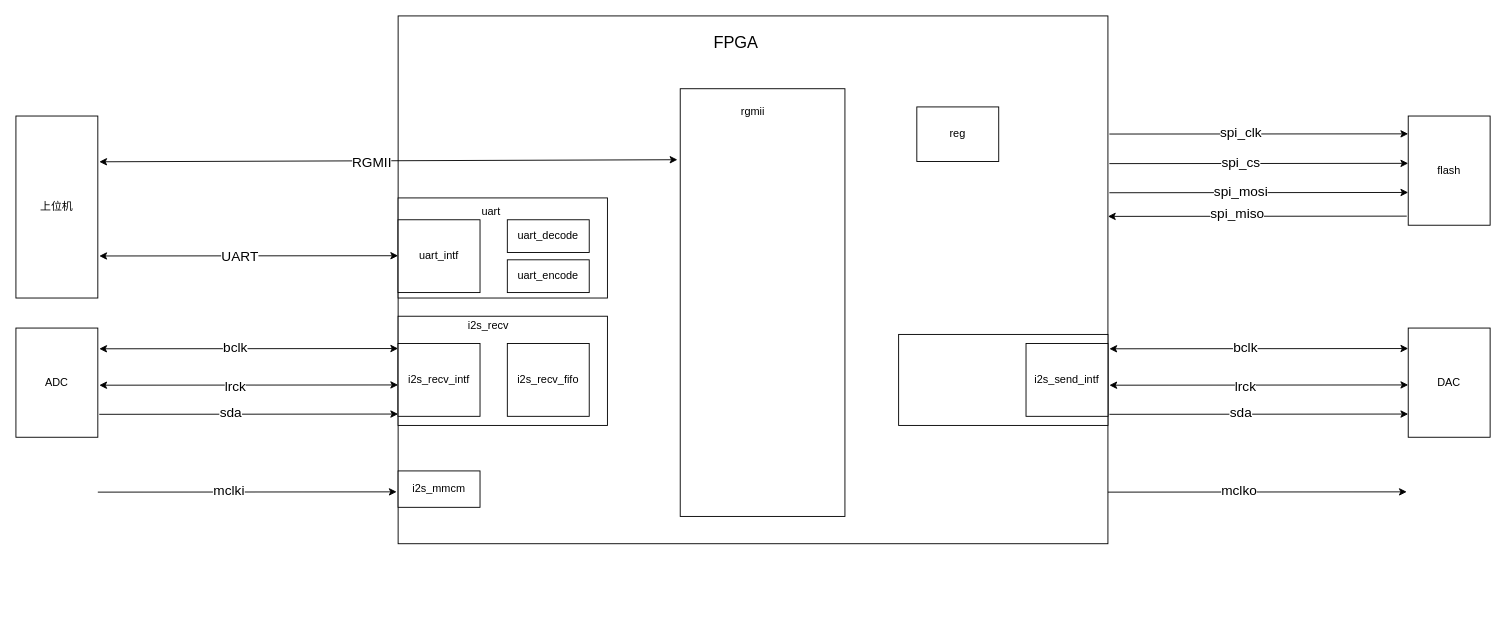
Earlier version of the draw.io diagram page "数据流" (5 of 5) of Audio-Ethernet.drawio (gdhzyz/draws). Source tidied: cells renumbered, new cells numbered last; positions are measured from the earlier drawing's top-left corner, leaving out a move shared by most shapes. Both pictures are drawn from the tidied source at 91%, with x=0, y=0 at pixel (15, 15).
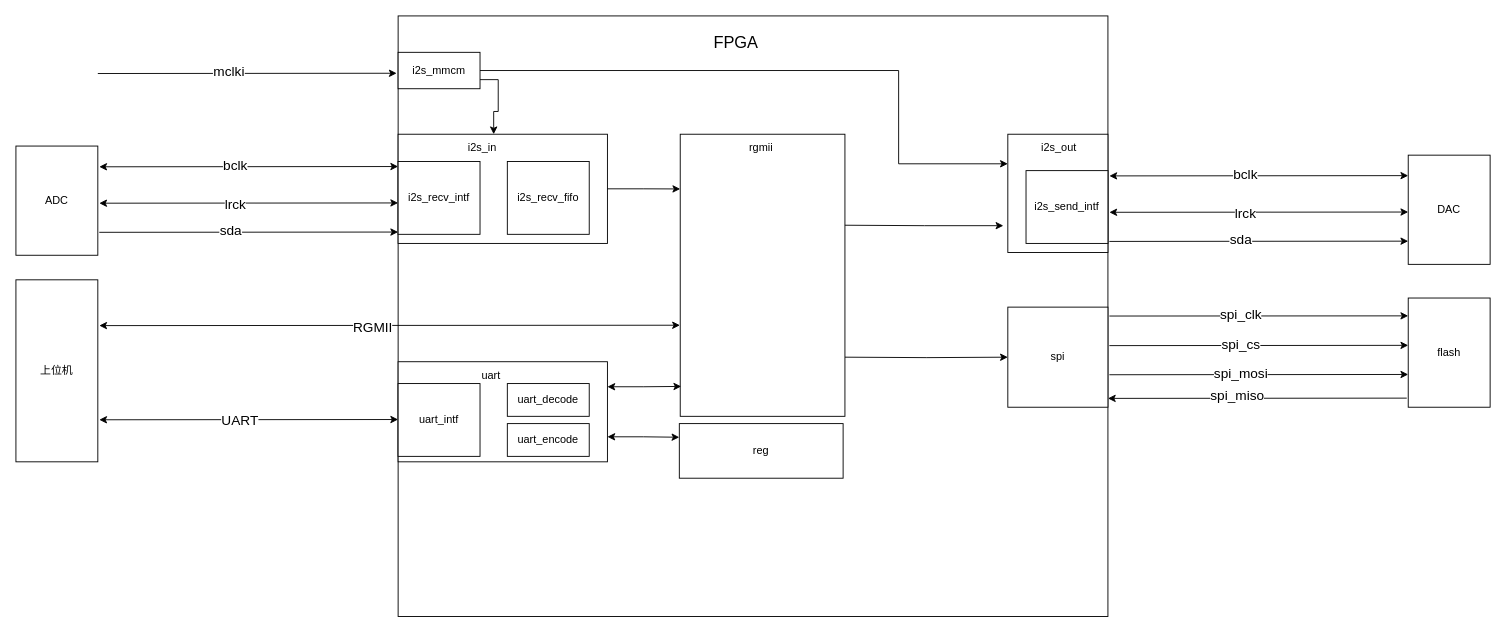
The same page after the edit.

The edit, as a diff of the source:
```diff
@@
     <mxCell id="2" value="上位机" style="rounded=0;whiteSpace=wrap;html=1;" parent="1" vertex="1">
-      <mxGeometry y="110" width="90" height="200" as="geometry" />
+      <mxGeometry y="290" width="90" height="200" as="geometry" />
     </mxCell>
     <mxCell id="3" style="rounded=0;whiteSpace=wrap;html=1;" parent="1" vertex="1">
-      <mxGeometry x="420" width="780" height="580" as="geometry" />
+      <mxGeometry x="420" width="780" height="660" as="geometry" />
     </mxCell>
@@
     <mxCell id="5" value="ADC" style="rounded=0;whiteSpace=wrap;html=1;" parent="1" vertex="1">
-      <mxGeometry y="343" width="90" height="120" as="geometry" />
+      <mxGeometry y="143" width="90" height="120" as="geometry" />
     </mxCell>
     <mxCell id="6" style="endArrow=classic;html=1;rounded=0;entryX=-0.006;entryY=0.511;entryDx=0;entryDy=0;entryPerimeter=0;startArrow=classic;startFill=1;" parent="1" edge="1">
       <mxGeometry relative="1" as="geometry">
-        <mxPoint x="91.6" y="365.8" as="sourcePoint" />
-        <mxPoint x="420" y="365.5" as="targetPoint" />
+        <mxPoint x="91.6" y="165.8" as="sourcePoint" />
+        <mxPoint x="420" y="165.5" as="targetPoint" />
       </mxGeometry>
     </mxCell>
@@
     <mxCell id="8" style="endArrow=classic;html=1;rounded=0;entryX=-0.006;entryY=0.511;entryDx=0;entryDy=0;entryPerimeter=0;startArrow=classic;startFill=1;" parent="1" edge="1">
       <mxGeometry relative="1" as="geometry">
-        <mxPoint x="91.6" y="405.8" as="sourcePoint" />
-        <mxPoint x="420" y="405.5" as="targetPoint" />
+        <mxPoint x="91.6" y="205.8" as="sourcePoint" />
+        <mxPoint x="420" y="205.5" as="targetPoint" />
       </mxGeometry>
     </mxCell>
@@
     <mxCell id="10" style="endArrow=classic;html=1;rounded=0;entryX=-0.006;entryY=0.511;entryDx=0;entryDy=0;entryPerimeter=0;" parent="1" edge="1">
       <mxGeometry relative="1" as="geometry">
-        <mxPoint x="91.6" y="437.8" as="sourcePoint" />
-        <mxPoint x="420" y="437.5" as="targetPoint" />
+        <mxPoint x="91.6" y="237.8" as="sourcePoint" />
+        <mxPoint x="420" y="237.5" as="targetPoint" />
       </mxGeometry>
     </mxCell>
@@
-    <mxCell id="12" style="endArrow=classic;html=1;rounded=0;entryX=-0.017;entryY=0.166;entryDx=0;entryDy=0;entryPerimeter=0;startArrow=classic;startFill=1;" parent="1" edge="1" target="18">
+    <mxCell id="12" style="endArrow=classic;html=1;rounded=0;startArrow=classic;startFill=1;entryX=0.397;entryY=0.515;entryDx=0;entryDy=0;entryPerimeter=0;" parent="1" edge="1" target="3">
       <mxGeometry relative="1" as="geometry">
-        <mxPoint x="91.6" y="160.3" as="sourcePoint" />
+        <mxPoint x="91.6" y="340.3" as="sourcePoint" />
       </mxGeometry>
     </mxCell>
@@
     <mxCell id="14" style="endArrow=classic;html=1;rounded=0;entryX=-0.006;entryY=0.511;entryDx=0;entryDy=0;entryPerimeter=0;startArrow=classic;startFill=1;fontSize=15;" parent="1" edge="1">
       <mxGeometry relative="1" as="geometry">
-        <mxPoint x="91.6" y="263.8" as="sourcePoint" />
-        <mxPoint x="420" y="263.5" as="targetPoint" />
+        <mxPoint x="91.6" y="443.8" as="sourcePoint" />
+        <mxPoint x="420" y="443.5" as="targetPoint" />
       </mxGeometry>
     </mxCell>
@@
     <mxCell id="16" style="endArrow=classic;html=1;rounded=0;entryX=-0.006;entryY=0.511;entryDx=0;entryDy=0;entryPerimeter=0;" parent="1" edge="1">
       <mxGeometry relative="1" as="geometry">
-        <mxPoint x="90" y="523.3" as="sourcePoint" />
-        <mxPoint x="418.4" y="523" as="targetPoint" />
+        <mxPoint x="90" y="63.3" as="sourcePoint" />
+        <mxPoint x="418.4" y="63" as="targetPoint" />
       </mxGeometry>
     </mxCell>
@@
+    <mxCell id="51" style="edgeStyle=orthogonalEdgeStyle;rounded=0;jettySize=auto;html=1;exitX=1;exitY=0.145;exitDx=0;exitDy=0;entryX=0;entryY=0.5;entryDx=0;entryDy=0;exitPerimeter=0;" parent="1" edge="1" target="59">
+      <mxGeometry relative="1" as="geometry">
+        <mxPoint x="911" y="375" as="sourcePoint" />
+      </mxGeometry>
+    </mxCell>
     <mxCell id="18" style="rounded=0;whiteSpace=wrap;html=1;" parent="1" vertex="1">
-      <mxGeometry x="730" y="80" width="181" height="470" as="geometry" />
+      <mxGeometry x="730" y="130" width="181" height="310" as="geometry" />
     </mxCell>
+    <mxCell id="52" style="edgeStyle=orthogonalEdgeStyle;rounded=0;jettySize=auto;html=1;exitX=1;exitY=0.75;exitDx=0;exitDy=0;entryX=0;entryY=0.25;entryDx=0;entryDy=0;startArrow=classic;startFill=1;" parent="1" edge="1" source="19" target="41">
+      <mxGeometry relative="1" as="geometry" />
+    </mxCell>
     <mxCell id="19" style="rounded=0;whiteSpace=wrap;html=1;" parent="1" vertex="1">
-      <mxGeometry x="420" y="200" width="230" height="110" as="geometry" />
+      <mxGeometry x="420" y="380" width="230" height="110" as="geometry" />
     </mxCell>
     <mxCell id="20" style="rounded=0;whiteSpace=wrap;html=1;" parent="1" vertex="1">
-      <mxGeometry x="420" y="330" width="230" height="120" as="geometry" />
+      <mxGeometry x="420" y="130" width="230" height="120" as="geometry" />
     </mxCell>
+    <mxCell id="53" style="edgeStyle=orthogonalEdgeStyle;rounded=0;jettySize=auto;html=1;exitX=1;exitY=0.5;exitDx=0;exitDy=0;entryX=0;entryY=0.25;entryDx=0;entryDy=0;" parent="1" edge="1" source="21" target="40">
+      <mxGeometry relative="1" as="geometry">
+        <Array as="points">
+          <mxPoint x="970" y="60" />
+          <mxPoint x="970" y="163" />
+        </Array>
+      </mxGeometry>
+    </mxCell>
+    <mxCell id="54" style="edgeStyle=orthogonalEdgeStyle;rounded=0;jettySize=auto;html=1;exitX=1;exitY=0.75;exitDx=0;exitDy=0;" parent="1" edge="1" source="21" target="44">
+      <mxGeometry relative="1" as="geometry" />
+    </mxCell>
     <mxCell id="21" value="i2s_mmcm" style="rounded=0;whiteSpace=wrap;html=1;" parent="1" vertex="1">
-      <mxGeometry x="420" y="500" width="90" height="40" as="geometry" />
+      <mxGeometry x="420" y="40" width="90" height="40" as="geometry" />
     </mxCell>
     <mxCell id="22" value="DAC" style="rounded=0;whiteSpace=wrap;html=1;" parent="1" vertex="1">
-      <mxGeometry x="1530" y="343" width="90" height="120" as="geometry" />
+      <mxGeometry x="1530" y="153" width="90" height="120" as="geometry" />
     </mxCell>
     <mxCell id="23" style="endArrow=classic;html=1;rounded=0;entryX=-0.006;entryY=0.511;entryDx=0;entryDy=0;entryPerimeter=0;startArrow=classic;startFill=1;" parent="1" edge="1">
       <mxGeometry relative="1" as="geometry">
-        <mxPoint x="1201.6" y="365.8" as="sourcePoint" />
-        <mxPoint x="1530" y="365.5" as="targetPoint" />
+        <mxPoint x="1201.6" y="175.8" as="sourcePoint" />
+        <mxPoint x="1530" y="175.5" as="targetPoint" />
       </mxGeometry>
     </mxCell>
@@
     <mxCell id="25" style="endArrow=classic;html=1;rounded=0;entryX=-0.006;entryY=0.511;entryDx=0;entryDy=0;entryPerimeter=0;startArrow=classic;startFill=1;" parent="1" edge="1">
       <mxGeometry relative="1" as="geometry">
-        <mxPoint x="1201.6" y="405.8" as="sourcePoint" />
-        <mxPoint x="1530" y="405.5" as="targetPoint" />
+        <mxPoint x="1201.6" y="215.8" as="sourcePoint" />
+        <mxPoint x="1530" y="215.5" as="targetPoint" />
       </mxGeometry>
     </mxCell>
@@
     <mxCell id="27" style="endArrow=classic;html=1;rounded=0;entryX=-0.006;entryY=0.511;entryDx=0;entryDy=0;entryPerimeter=0;" parent="1" edge="1">
       <mxGeometry relative="1" as="geometry">
-        <mxPoint x="1201.6" y="437.8" as="sourcePoint" />
-        <mxPoint x="1530" y="437.5" as="targetPoint" />
+        <mxPoint x="1201.6" y="247.8" as="sourcePoint" />
+        <mxPoint x="1530" y="247.5" as="targetPoint" />
       </mxGeometry>
     </mxCell>
@@
     <mxCell id="29" value="flash" style="rounded=0;whiteSpace=wrap;html=1;" parent="1" vertex="1">
-      <mxGeometry x="1530" y="110" width="90" height="120" as="geometry" />
+      <mxGeometry x="1530" y="310" width="90" height="120" as="geometry" />
     </mxCell>
     <mxCell id="30" style="endArrow=classic;html=1;rounded=0;entryX=-0.006;entryY=0.511;entryDx=0;entryDy=0;entryPerimeter=0;" parent="1" edge="1">
       <mxGeometry relative="1" as="geometry">
-        <mxPoint x="1201.6" y="129.8" as="sourcePoint" />
-        <mxPoint x="1530" y="129.6" as="targetPoint" />
+        <mxPoint x="1201.6" y="329.8" as="sourcePoint" />
+        <mxPoint x="1530" y="329.6" as="targetPoint" />
       </mxGeometry>
     </mxCell>
@@
     <mxCell id="32" style="endArrow=classic;html=1;rounded=0;entryX=-0.006;entryY=0.511;entryDx=0;entryDy=0;entryPerimeter=0;" parent="1" edge="1">
       <mxGeometry relative="1" as="geometry">
-        <mxPoint x="1201.6" y="162.3" as="sourcePoint" />
-        <mxPoint x="1530" y="162" as="targetPoint" />
+        <mxPoint x="1201.6" y="362.3" as="sourcePoint" />
+        <mxPoint x="1530" y="362" as="targetPoint" />
       </mxGeometry>
     </mxCell>
@@
     <mxCell id="34" style="endArrow=classic;html=1;rounded=0;entryX=-0.006;entryY=0.511;entryDx=0;entryDy=0;entryPerimeter=0;" parent="1" edge="1">
       <mxGeometry relative="1" as="geometry">
-        <mxPoint x="1201.6" y="194.3" as="sourcePoint" />
-        <mxPoint x="1530" y="194" as="targetPoint" />
+        <mxPoint x="1201.6" y="394.3" as="sourcePoint" />
+        <mxPoint x="1530" y="394" as="targetPoint" />
       </mxGeometry>
     </mxCell>
@@
     <mxCell id="36" style="endArrow=classic;html=1;rounded=0;entryX=-0.006;entryY=0.511;entryDx=0;entryDy=0;entryPerimeter=0;" parent="1" edge="1">
       <mxGeometry relative="1" as="geometry">
-        <mxPoint x="1528.4" y="220" as="sourcePoint" />
-        <mxPoint x="1200" y="220.3" as="targetPoint" />
+        <mxPoint x="1528.4" y="420" as="sourcePoint" />
+        <mxPoint x="1200" y="420.3" as="targetPoint" />
       </mxGeometry>
     </mxCell>
@@
-    <mxCell id="38" style="endArrow=classic;html=1;rounded=0;entryX=-0.006;entryY=0.511;entryDx=0;entryDy=0;entryPerimeter=0;" parent="1" edge="1">
-      <mxGeometry relative="1" as="geometry">
-        <mxPoint x="1200" y="523.3" as="sourcePoint" />
-        <mxPoint x="1528.4" y="523" as="targetPoint" />
-      </mxGeometry>
-    </mxCell>
-    <mxCell id="39" value="mclko" style="edgeLabel;html=1;align=center;verticalAlign=middle;fontSize=15;" parent="38" vertex="1">
-      <mxGeometry x="-0.12" y="3" relative="1" as="geometry" />
-    </mxCell>
     <mxCell id="40" style="rounded=0;whiteSpace=wrap;html=1;" parent="1" vertex="1">
-      <mxGeometry x="970" y="350" width="230" height="100" as="geometry" />
+      <mxGeometry x="1090" y="130" width="110" height="130" as="geometry" />
     </mxCell>
     <mxCell id="41" value="reg" style="rounded=0;whiteSpace=wrap;html=1;" parent="1" vertex="1">
-      <mxGeometry x="990" y="100" width="90" height="60" as="geometry" />
+      <mxGeometry x="729" y="448" width="180" height="60" as="geometry" />
     </mxCell>
     <mxCell id="42" value="i2s_recv_intf" style="rounded=0;whiteSpace=wrap;html=1;" parent="1" vertex="1">
-      <mxGeometry x="420" y="360" width="90" height="80" as="geometry" />
+      <mxGeometry x="420" y="160" width="90" height="80" as="geometry" />
     </mxCell>
     <mxCell id="43" value="i2s_recv_fifo" style="rounded=0;whiteSpace=wrap;html=1;" parent="1" vertex="1">
-      <mxGeometry x="540" y="360" width="90" height="80" as="geometry" />
+      <mxGeometry x="540" y="160" width="90" height="80" as="geometry" />
     </mxCell>
-    <mxCell id="44" value="i2s_recv" style="text;strokeColor=none;align=left;fillColor=none;html=1;verticalAlign=middle;whiteSpace=wrap;rounded=0;imageAspect=1;imageAlign=left;" parent="1" vertex="1">
-      <mxGeometry x="495" y="310" width="60" height="60" as="geometry" />
+    <mxCell id="44" value="i2s_in" style="text;strokeColor=none;align=left;fillColor=none;html=1;verticalAlign=middle;whiteSpace=wrap;rounded=0;imageAspect=1;imageAlign=left;" parent="1" vertex="1">
+      <mxGeometry x="495" y="130" width="60" height="30" as="geometry" />
     </mxCell>
     <mxCell id="45" value="uart_intf" style="rounded=0;whiteSpace=wrap;html=1;" parent="1" vertex="1">
-      <mxGeometry x="420" y="224" width="90" height="80" as="geometry" />
+      <mxGeometry x="420" y="404" width="90" height="80" as="geometry" />
     </mxCell>
     <mxCell id="46" value="uart_decode" style="rounded=0;whiteSpace=wrap;html=1;" parent="1" vertex="1">
-      <mxGeometry x="540" y="224" width="90" height="36" as="geometry" />
+      <mxGeometry x="540" y="404" width="90" height="36" as="geometry" />
     </mxCell>
     <mxCell id="47" value="uart" style="text;strokeColor=none;align=left;fillColor=none;html=1;verticalAlign=middle;whiteSpace=wrap;rounded=0;imageAspect=1;imageAlign=left;" parent="1" vertex="1">
-      <mxGeometry x="510" y="200" width="30" height="30" as="geometry" />
+      <mxGeometry x="510" y="380" width="30" height="30" as="geometry" />
     </mxCell>
     <mxCell id="48" value="rgmii" style="text;strokeColor=none;align=left;fillColor=none;html=1;verticalAlign=middle;whiteSpace=wrap;rounded=0;imageAspect=1;imageAlign=left;" parent="1" vertex="1">
-      <mxGeometry x="795" y="90" width="30" height="30" as="geometry" />
+      <mxGeometry x="804" y="130" width="30" height="30" as="geometry" />
     </mxCell>
     <mxCell id="49" value="i2s_send_intf" style="rounded=0;whiteSpace=wrap;html=1;" parent="1" vertex="1">
-      <mxGeometry x="1110" y="360" width="90" height="80" as="geometry" />
+      <mxGeometry x="1110" y="170" width="90" height="80" as="geometry" />
     </mxCell>
     <mxCell id="50" value="uart_encode" style="rounded=0;whiteSpace=wrap;html=1;" parent="1" vertex="1">
-      <mxGeometry x="540" y="268" width="90" height="36" as="geometry" />
+      <mxGeometry x="540" y="448" width="90" height="36" as="geometry" />
     </mxCell>
+    <mxCell id="55" value="i2s_out" style="text;strokeColor=none;align=left;fillColor=none;html=1;verticalAlign=middle;whiteSpace=wrap;rounded=0;imageAspect=1;imageAlign=left;" parent="1" vertex="1">
+      <mxGeometry x="1125" y="130" width="60" height="30" as="geometry" />
+    </mxCell>
+    <mxCell id="56" style="edgeStyle=orthogonalEdgeStyle;rounded=0;jettySize=auto;html=1;exitX=1;exitY=0.5;exitDx=0;exitDy=0;entryX=0;entryY=0.194;entryDx=0;entryDy=0;entryPerimeter=0;" parent="1" edge="1" source="20" target="18">
+      <mxGeometry relative="1" as="geometry" />
+    </mxCell>
+    <mxCell id="57" style="edgeStyle=orthogonalEdgeStyle;rounded=0;orthogonalLoop=1;jettySize=auto;html=1;exitX=1;exitY=0.75;exitDx=0;exitDy=0;entryX=-0.045;entryY=0.331;entryDx=0;entryDy=0;entryPerimeter=0;" parent="1" edge="1">
+      <mxGeometry relative="1" as="geometry">
+        <mxPoint x="911" y="230" as="sourcePoint" />
+        <mxPoint x="1085.1" y="230.5" as="targetPoint" />
+      </mxGeometry>
+    </mxCell>
+    <mxCell id="58" style="edgeStyle=orthogonalEdgeStyle;rounded=0;jettySize=auto;html=1;exitX=1;exitY=0.25;exitDx=0;exitDy=0;entryX=0.006;entryY=0.894;entryDx=0;entryDy=0;entryPerimeter=0;startArrow=classic;startFill=1;" parent="1" edge="1" source="19" target="18">
+      <mxGeometry relative="1" as="geometry" />
+    </mxCell>
+    <mxCell id="59" value="spi" style="rounded=0;whiteSpace=wrap;html=1;" parent="1" vertex="1">
+      <mxGeometry x="1090" y="320" width="110" height="110" as="geometry" />
+    </mxCell>
```
